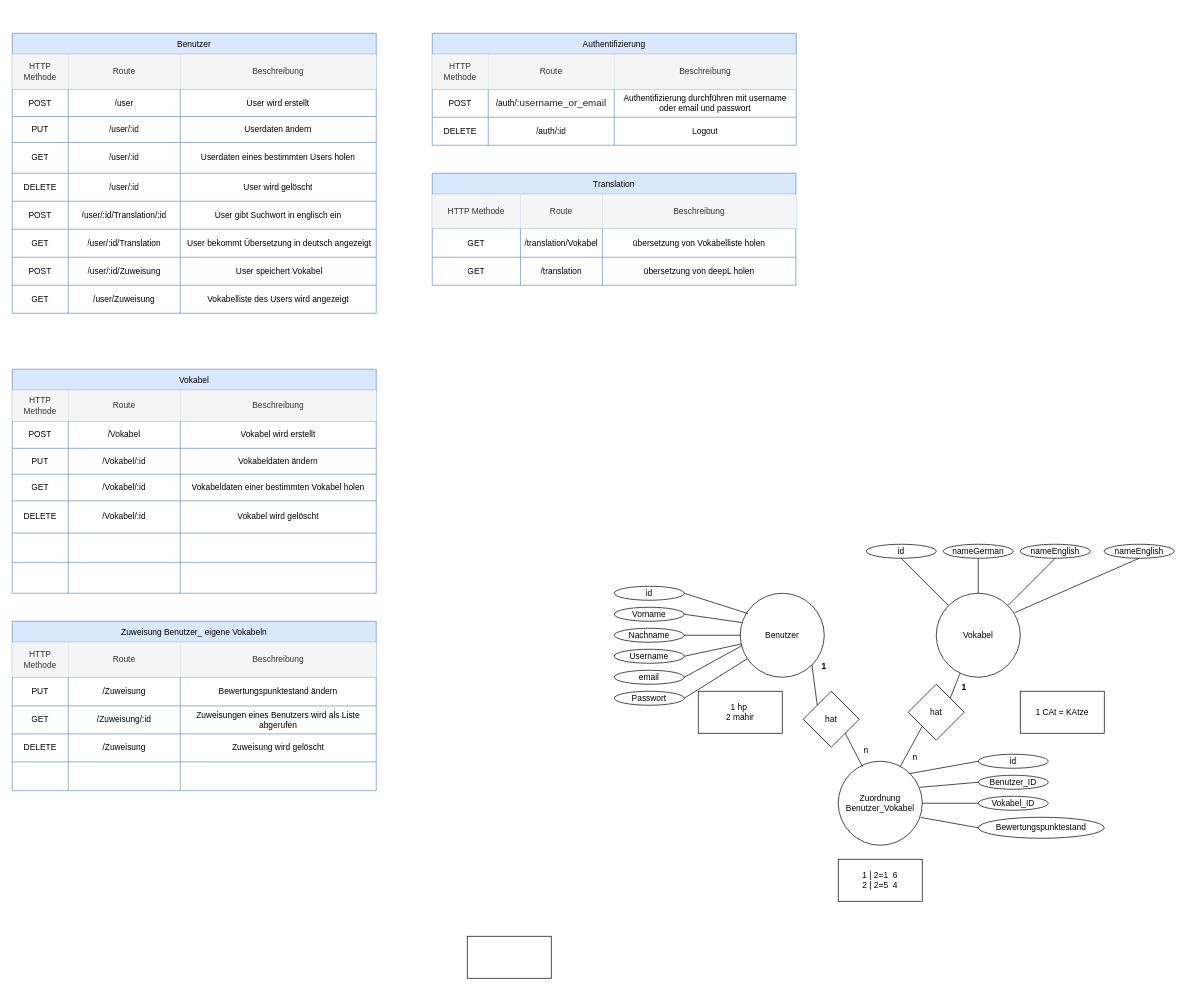
DanGo79/vocaV2 keeps this draw.io diagram as Untitled Diagram.drawio. Above is the earlier version. Source tidied: cells renumbered, new cells numbered last; positions are measured from the earlier drawing's top-left corner, leaving out a move shared by most shapes. Both pictures are drawn from the tidied source at 70%, with x=0, y=0 at pixel (12, 33).
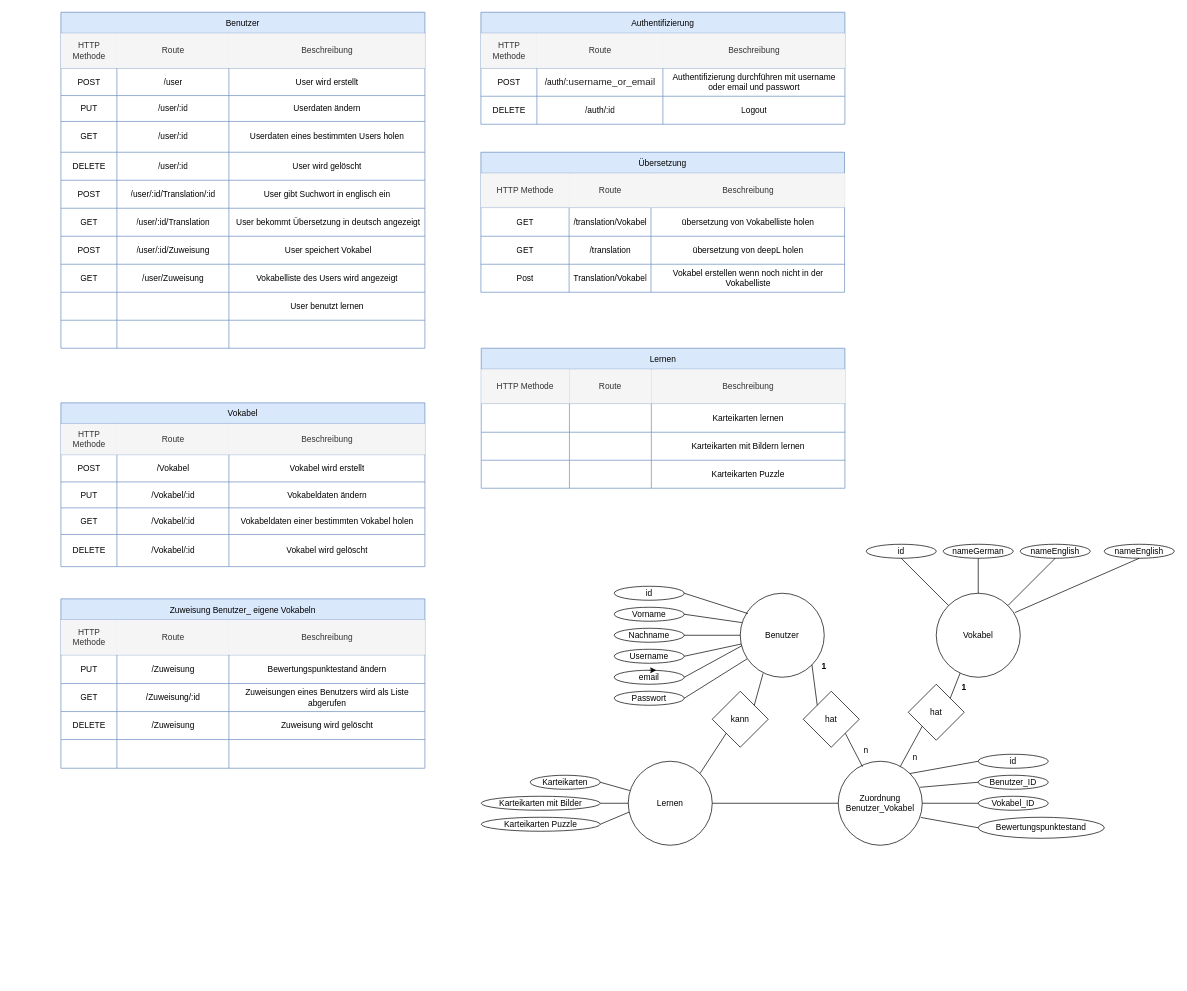
The same page after the edit.

Unchanged cells that the change refers to:
```xml
<mxCell id="88" value="email" style="ellipse;whiteSpace=wrap;html=1;" parent="1" vertex="1">
  <mxGeometry x="860" y="910" width="100" height="20" as="geometry" />
</mxCell>
<mxCell id="91" value="Benutzer" style="ellipse;whiteSpace=wrap;html=1;" parent="1" vertex="1">
  <mxGeometry x="1040" y="800" width="120" height="120" as="geometry" />
</mxCell>
<mxCell id="98" value="Zuordnung&lt;br&gt;Benutzer_Vokabel&lt;br&gt;" style="ellipse;whiteSpace=wrap;html=1;" parent="1" vertex="1">
  <mxGeometry x="1180" y="1040" width="120" height="120" as="geometry" />
</mxCell>
```

What changed in the source:
```diff
@@
     <mxCell id="2" value="Benutzer" style="shape=table;startSize=30;childLayout=tableLayout;fillColor=#dae8fc;strokeColor=#6c8ebf;" parent="1" vertex="1">
-      <mxGeometry width="520" height="400" as="geometry" />
+      <mxGeometry x="69.5" y="-30" width="520" height="480" as="geometry" />
     </mxCell>
@@
+    <mxCell id="161" style="shape=partialRectangle;fillColor=none;top=0;left=0;bottom=0;right=0;" parent="2" vertex="1">
+      <mxGeometry y="400" width="520" height="40" as="geometry" />
+    </mxCell>
+    <mxCell id="162" style="shape=partialRectangle;html=1;whiteSpace=wrap;overflow=hidden;fillColor=none;top=0;left=0;bottom=0;right=0;" parent="161" vertex="1">
+      <mxGeometry width="80" height="40" as="geometry" />
+    </mxCell>
+    <mxCell id="163" style="shape=partialRectangle;html=1;whiteSpace=wrap;overflow=hidden;fillColor=none;top=0;left=0;bottom=0;right=0;" parent="161" vertex="1">
+      <mxGeometry x="80" width="160" height="40" as="geometry" />
+    </mxCell>
+    <mxCell id="164" value="User benutzt lernen" style="shape=partialRectangle;html=1;whiteSpace=wrap;overflow=hidden;fillColor=none;top=0;left=0;bottom=0;right=0;" parent="161" vertex="1">
+      <mxGeometry x="240" width="280" height="40" as="geometry" />
+    </mxCell>
+    <mxCell id="165" style="shape=partialRectangle;fillColor=none;top=0;left=0;bottom=0;right=0;" parent="2" vertex="1">
+      <mxGeometry y="440" width="520" height="40" as="geometry" />
+    </mxCell>
+    <mxCell id="166" style="shape=partialRectangle;html=1;whiteSpace=wrap;overflow=hidden;fillColor=none;top=0;left=0;bottom=0;right=0;" parent="165" vertex="1">
+      <mxGeometry width="80" height="40" as="geometry" />
+    </mxCell>
+    <mxCell id="167" style="shape=partialRectangle;html=1;whiteSpace=wrap;overflow=hidden;fillColor=none;top=0;left=0;bottom=0;right=0;" parent="165" vertex="1">
+      <mxGeometry x="80" width="160" height="40" as="geometry" />
+    </mxCell>
+    <mxCell id="168" style="shape=partialRectangle;html=1;whiteSpace=wrap;overflow=hidden;fillColor=none;top=0;left=0;bottom=0;right=0;" parent="165" vertex="1">
+      <mxGeometry x="240" width="280" height="40" as="geometry" />
+    </mxCell>
     <mxCell id="39" value="Zuweisung Benutzer_ eigene Vokabeln" style="shape=table;startSize=30;childLayout=tableLayout;fillColor=#dae8fc;strokeColor=#6c8ebf;" parent="1" vertex="1">
-      <mxGeometry y="840" width="520" height="242" as="geometry" />
+      <mxGeometry x="69.5" y="808" width="520" height="242" as="geometry" />
     </mxCell>
@@
     <mxCell id="60" value="Authentifizierung" style="shape=table;startSize=30;childLayout=tableLayout;fillColor=#dae8fc;strokeColor=#6c8ebf;" parent="1" vertex="1">
-      <mxGeometry x="600" width="520" height="160" as="geometry" />
+      <mxGeometry x="669.5" y="-30" width="520" height="160" as="geometry" />
     </mxCell>
@@
-    <mxCell id="73" value="Translation" style="shape=table;startSize=30;childLayout=tableLayout;fillColor=#dae8fc;strokeColor=#6c8ebf;" parent="1" vertex="1">
-      <mxGeometry x="600" y="200" width="519.5" height="160" as="geometry" />
+    <mxCell id="73" value="Übersetzung" style="shape=table;startSize=30;childLayout=tableLayout;fillColor=#dae8fc;strokeColor=#6c8ebf;" parent="1" vertex="1">
+      <mxGeometry x="669.5" y="170" width="519.5" height="200" as="geometry" />
     </mxCell>
@@
+    <mxCell id="169" style="shape=partialRectangle;fillColor=none;top=0;left=0;bottom=0;right=0;" parent="73" vertex="1">
+      <mxGeometry y="160" width="519.5" height="40" as="geometry" />
+    </mxCell>
+    <mxCell id="170" value="Post" style="shape=partialRectangle;html=1;whiteSpace=wrap;overflow=hidden;fillColor=none;top=0;left=0;bottom=0;right=0;" parent="169" vertex="1">
+      <mxGeometry width="126" height="40" as="geometry" />
+    </mxCell>
+    <mxCell id="171" value="Translation/Vokabel" style="shape=partialRectangle;html=1;whiteSpace=wrap;overflow=hidden;fillColor=none;top=0;left=0;bottom=0;right=0;" parent="169" vertex="1">
+      <mxGeometry x="126" width="117" height="40" as="geometry" />
+    </mxCell>
+    <mxCell id="172" value="Vokabel erstellen wenn noch nicht in der Vokabelliste" style="shape=partialRectangle;html=1;whiteSpace=wrap;overflow=hidden;fillColor=none;top=0;left=0;bottom=0;right=0;" parent="169" vertex="1">
+      <mxGeometry x="243" width="277" height="40" as="geometry" />
+    </mxCell>
@@
-    <mxCell id="114" value="1 CAt = KAtze" style="rounded=0;whiteSpace=wrap;html=1;" parent="1" vertex="1">
-      <mxGeometry x="1440" y="940" width="120" height="60" as="geometry" />
-    </mxCell>
-    <mxCell id="115" value="1 hp&amp;nbsp;&lt;br&gt;2 mahir" style="rounded=0;whiteSpace=wrap;html=1;" parent="1" vertex="1">
-      <mxGeometry x="980" y="940" width="120" height="60" as="geometry" />
-    </mxCell>
-    <mxCell id="116" value="1 | 2=1&amp;nbsp; 6&lt;br&gt;2 | 2=5&amp;nbsp; 4" style="rounded=0;whiteSpace=wrap;html=1;" parent="1" vertex="1">
-      <mxGeometry x="1180" y="1180" width="120" height="60" as="geometry" />
-    </mxCell>
@@
-    <mxCell id="118" style="rounded=0;whiteSpace=wrap;html=1;" parent="1" vertex="1">
-      <mxGeometry x="650" y="1290" width="120" height="60" as="geometry" />
-    </mxCell>
@@
     <mxCell id="130" value="Vokabel" style="shape=table;startSize=30;childLayout=tableLayout;fillColor=#dae8fc;strokeColor=#6c8ebf;" parent="1" vertex="1">
-      <mxGeometry y="480" width="520" height="320" as="geometry" />
+      <mxGeometry x="69.5" y="528" width="520" height="234" as="geometry" />
     </mxCell>
@@
-    <mxCell id="151" style="shape=partialRectangle;fillColor=none;top=0;left=0;bottom=0;right=0;" parent="130" vertex="1">
-      <mxGeometry y="234" width="520" height="42" as="geometry" />
-    </mxCell>
-    <mxCell id="152" style="shape=partialRectangle;html=1;whiteSpace=wrap;overflow=hidden;fillColor=none;top=0;left=0;bottom=0;right=0;" parent="151" vertex="1">
-      <mxGeometry width="80" height="42" as="geometry" />
-    </mxCell>
-    <mxCell id="153" style="shape=partialRectangle;html=1;whiteSpace=wrap;overflow=hidden;fillColor=none;top=0;left=0;bottom=0;right=0;" parent="151" vertex="1">
-      <mxGeometry x="80" width="160" height="42" as="geometry" />
-    </mxCell>
-    <mxCell id="154" style="shape=partialRectangle;html=1;whiteSpace=wrap;overflow=hidden;fillColor=none;top=0;left=0;bottom=0;right=0;" parent="151" vertex="1">
-      <mxGeometry x="240" width="280" height="42" as="geometry" />
-    </mxCell>
-    <mxCell id="155" style="shape=partialRectangle;fillColor=none;top=0;left=0;bottom=0;right=0;" parent="130" vertex="1">
-      <mxGeometry y="276" width="520" height="44" as="geometry" />
-    </mxCell>
-    <mxCell id="156" style="shape=partialRectangle;html=1;whiteSpace=wrap;overflow=hidden;fillColor=none;top=0;left=0;bottom=0;right=0;" parent="155" vertex="1">
-      <mxGeometry width="80" height="44" as="geometry" />
-    </mxCell>
-    <mxCell id="157" style="shape=partialRectangle;html=1;whiteSpace=wrap;overflow=hidden;fillColor=none;top=0;left=0;bottom=0;right=0;" parent="155" vertex="1">
-      <mxGeometry x="80" width="160" height="44" as="geometry" />
-    </mxCell>
-    <mxCell id="158" style="shape=partialRectangle;html=1;whiteSpace=wrap;overflow=hidden;fillColor=none;top=0;left=0;bottom=0;right=0;" parent="155" vertex="1">
-      <mxGeometry x="240" width="280" height="44" as="geometry" />
-    </mxCell>
@@
+    <mxCell id="173" value="Lernen" style="ellipse;whiteSpace=wrap;html=1;" parent="1" vertex="1">
+      <mxGeometry x="880" y="1040" width="120" height="120" as="geometry" />
+    </mxCell>
+    <mxCell id="174" style="edgeStyle=orthogonalEdgeStyle;rounded=0;orthogonalLoop=1;jettySize=auto;html=1;exitX=0.5;exitY=0;exitDx=0;exitDy=0;entryX=0.6;entryY=-0.025;entryDx=0;entryDy=0;entryPerimeter=0;" parent="1" edge="1" source="88" target="88">
+      <mxGeometry relative="1" as="geometry" />
+    </mxCell>
+    <mxCell id="175" value="Karteikarten" style="ellipse;whiteSpace=wrap;html=1;" parent="1" vertex="1">
+      <mxGeometry x="740" y="1060" width="100" height="20" as="geometry" />
+    </mxCell>
+    <mxCell id="176" value="Karteikarten mit Bilder" style="ellipse;whiteSpace=wrap;html=1;" parent="1" vertex="1">
+      <mxGeometry x="670" y="1090" width="170" height="20" as="geometry" />
+    </mxCell>
+    <mxCell id="177" style="endArrow=none;html=1;rounded=0;exitX=0;exitY=0.5;exitDx=0;exitDy=0;entryX=1;entryY=0.5;entryDx=0;entryDy=0;" parent="1" edge="1" target="176">
+      <mxGeometry relative="1" as="geometry">
+        <mxPoint x="880" y="1100" as="sourcePoint" />
+      </mxGeometry>
+    </mxCell>
+    <mxCell id="178" style="endArrow=none;html=1;rounded=0;exitX=1;exitY=0.5;exitDx=0;exitDy=0;entryX=0.019;entryY=0.349;entryDx=0;entryDy=0;entryPerimeter=0;" parent="1" edge="1" source="175">
+      <mxGeometry relative="1" as="geometry">
+        <mxPoint x="882.3" y="1081.9" as="targetPoint" />
+      </mxGeometry>
+    </mxCell>
+    <mxCell id="179" value="Karteikarten Puzzle" style="ellipse;whiteSpace=wrap;html=1;" parent="1" vertex="1">
+      <mxGeometry x="670" y="1120" width="170" height="20" as="geometry" />
+    </mxCell>
+    <mxCell id="180" style="endArrow=none;html=1;rounded=0;exitX=1;exitY=0.5;exitDx=0;exitDy=0;" parent="1" edge="1" source="179">
+      <mxGeometry relative="1" as="geometry">
+        <mxPoint x="881.3" y="1112.6" as="targetPoint" />
+      </mxGeometry>
+    </mxCell>
+    <mxCell id="181" value="kann" style="rhombus;whiteSpace=wrap;html=1;" parent="1" vertex="1">
+      <mxGeometry x="1000" y="940" width="80" height="80" as="geometry" />
+    </mxCell>
+    <mxCell id="182" style="endArrow=none;html=1;rounded=0;exitX=0.272;exitY=0.954;exitDx=0;exitDy=0;entryX=1;entryY=0;entryDx=0;entryDy=0;exitPerimeter=0;" parent="1" edge="1" source="91" target="181">
+      <mxGeometry relative="1" as="geometry" />
+    </mxCell>
+    <mxCell id="183" style="endArrow=none;html=1;rounded=0;exitX=0;exitY=1;exitDx=0;exitDy=0;entryX=1;entryY=0;entryDx=0;entryDy=0;" parent="1" edge="1" source="181" target="173">
+      <mxGeometry relative="1" as="geometry" />
+    </mxCell>
+    <mxCell id="184" style="endArrow=none;html=1;rounded=0;entryX=0;entryY=0.5;entryDx=0;entryDy=0;exitX=1;exitY=0.5;exitDx=0;exitDy=0;" parent="1" edge="1" source="173" target="98">
+      <mxGeometry relative="1" as="geometry" />
+    </mxCell>
+    <mxCell id="185" value="Lernen" style="shape=table;startSize=30;childLayout=tableLayout;fillColor=#dae8fc;strokeColor=#6c8ebf;" parent="1" vertex="1">
+      <mxGeometry x="670" y="450" width="519.5" height="200" as="geometry" />
+    </mxCell>
+    <mxCell id="186" style="shape=partialRectangle;fillColor=none;top=0;left=0;bottom=0;right=0;" parent="185" vertex="1">
+      <mxGeometry y="30" width="519.5" height="49" as="geometry" />
+    </mxCell>
+    <mxCell id="187" value="HTTP Methode" style="shape=partialRectangle;html=1;whiteSpace=wrap;overflow=hidden;fillColor=#f5f5f5;top=0;left=0;bottom=0;right=0;fontColor=#333333;strokeColor=#666666;" parent="186" vertex="1">
+      <mxGeometry width="126" height="49" as="geometry" />
+    </mxCell>
+    <mxCell id="188" value="Route" style="shape=partialRectangle;html=1;whiteSpace=wrap;overflow=hidden;fillColor=#f5f5f5;top=0;left=0;bottom=0;right=0;fontColor=#333333;strokeColor=#666666;" parent="186" vertex="1">
+      <mxGeometry x="126" width="117" height="49" as="geometry" />
+    </mxCell>
+    <mxCell id="189" value="Beschreibung" style="shape=partialRectangle;html=1;whiteSpace=wrap;overflow=hidden;fillColor=#f5f5f5;top=0;left=0;bottom=0;right=0;fontColor=#333333;strokeColor=#666666;" parent="186" vertex="1">
+      <mxGeometry x="243" width="277" height="49" as="geometry" />
+    </mxCell>
+    <mxCell id="190" style="shape=partialRectangle;fillColor=none;top=0;left=0;bottom=0;right=0;" parent="185" vertex="1">
+      <mxGeometry y="79" width="519.5" height="41" as="geometry" />
+    </mxCell>
+    <mxCell id="191" style="shape=partialRectangle;html=1;whiteSpace=wrap;overflow=hidden;fillColor=none;top=0;left=0;bottom=0;right=0;" parent="190" vertex="1">
+      <mxGeometry width="126" height="41" as="geometry" />
+    </mxCell>
+    <mxCell id="192" style="shape=partialRectangle;html=1;whiteSpace=wrap;overflow=hidden;fillColor=none;top=0;left=0;bottom=0;right=0;" parent="190" vertex="1">
+      <mxGeometry x="126" width="117" height="41" as="geometry" />
+    </mxCell>
+    <mxCell id="193" value="Karteikarten lernen" style="shape=partialRectangle;html=1;whiteSpace=wrap;overflow=hidden;fillColor=none;top=0;left=0;bottom=0;right=0;" parent="190" vertex="1">
+      <mxGeometry x="243" width="277" height="41" as="geometry" />
+    </mxCell>
+    <mxCell id="194" style="shape=partialRectangle;fillColor=none;top=0;left=0;bottom=0;right=0;" parent="185" vertex="1">
+      <mxGeometry y="120" width="519.5" height="40" as="geometry" />
+    </mxCell>
+    <mxCell id="195" style="shape=partialRectangle;html=1;whiteSpace=wrap;overflow=hidden;fillColor=none;top=0;left=0;bottom=0;right=0;" parent="194" vertex="1">
+      <mxGeometry width="126" height="40" as="geometry" />
+    </mxCell>
+    <mxCell id="196" style="shape=partialRectangle;html=1;whiteSpace=wrap;overflow=hidden;fillColor=none;top=0;left=0;bottom=0;right=0;" parent="194" vertex="1">
+      <mxGeometry x="126" width="117" height="40" as="geometry" />
+    </mxCell>
+    <mxCell id="197" value="Karteikarten mit Bildern lernen" style="shape=partialRectangle;html=1;whiteSpace=wrap;overflow=hidden;fillColor=none;top=0;left=0;bottom=0;right=0;" parent="194" vertex="1">
+      <mxGeometry x="243" width="277" height="40" as="geometry" />
+    </mxCell>
+    <mxCell id="198" style="shape=partialRectangle;fillColor=none;top=0;left=0;bottom=0;right=0;" parent="185" vertex="1">
+      <mxGeometry y="160" width="519.5" height="40" as="geometry" />
+    </mxCell>
+    <mxCell id="199" style="shape=partialRectangle;html=1;whiteSpace=wrap;overflow=hidden;fillColor=none;top=0;left=0;bottom=0;right=0;" parent="198" vertex="1">
+      <mxGeometry width="126" height="40" as="geometry" />
+    </mxCell>
+    <mxCell id="200" style="shape=partialRectangle;html=1;whiteSpace=wrap;overflow=hidden;fillColor=none;top=0;left=0;bottom=0;right=0;" parent="198" vertex="1">
+      <mxGeometry x="126" width="117" height="40" as="geometry" />
+    </mxCell>
+    <mxCell id="201" value="Karteikarten Puzzle" style="shape=partialRectangle;html=1;whiteSpace=wrap;overflow=hidden;fillColor=none;top=0;left=0;bottom=0;right=0;" parent="198" vertex="1">
+      <mxGeometry x="243" width="277" height="40" as="geometry" />
+    </mxCell>
```
